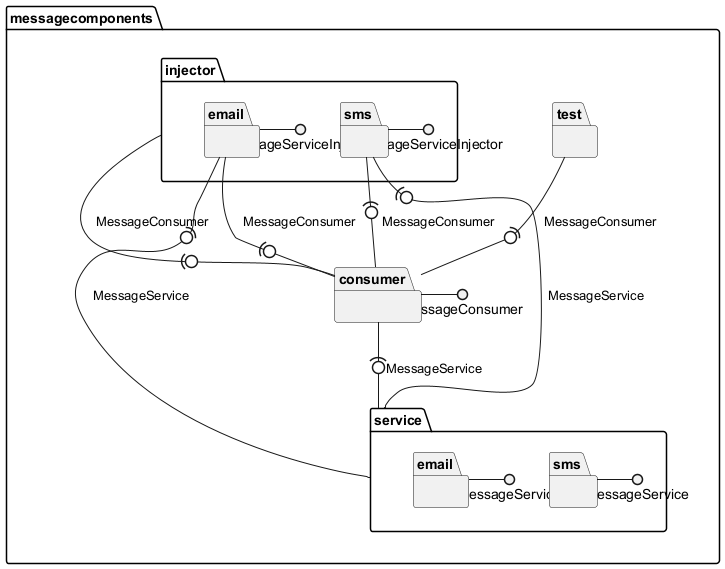
Antonia123456/ComponentDiagramGenerator keeps this PlantUML diagram as src/component_diagram.png. Above is the earlier version. Its diagram source:
```plantuml
@startuml
package messagecomponents {
package messagecomponents.injector {
package messagecomponents.injector.email {
}
package messagecomponents.injector.sms {
}
}
package messagecomponents.consumer {
}
package messagecomponents.test {
}
package messagecomponents.service {
package messagecomponents.service.email {
}
package messagecomponents.service.sms {
}
}
}
messagecomponents.consumer -() MessageConsumer
messagecomponents.service.sms -() MessageService
messagecomponents.service.email -() MessageService
messagecomponents.injector.email -() MessageServiceInjector
messagecomponents.injector.sms -() MessageServiceInjector
messagecomponents.test -(0- messagecomponents.consumer : "MessageConsumer"
messagecomponents.consumer -(0- messagecomponents.service : "MessageService"
messagecomponents.injector.email -(0- messagecomponents.consumer : "MessageConsumer"
messagecomponents.injector.email -(0- messagecomponents.service : "MessageService"
messagecomponents.injector -(0- messagecomponents.consumer : "MessageConsumer"
messagecomponents.injector.sms -(0- messagecomponents.consumer : "MessageConsumer"
messagecomponents.injector.sms -(0- messagecomponents.service : "MessageService"
@enduml
```
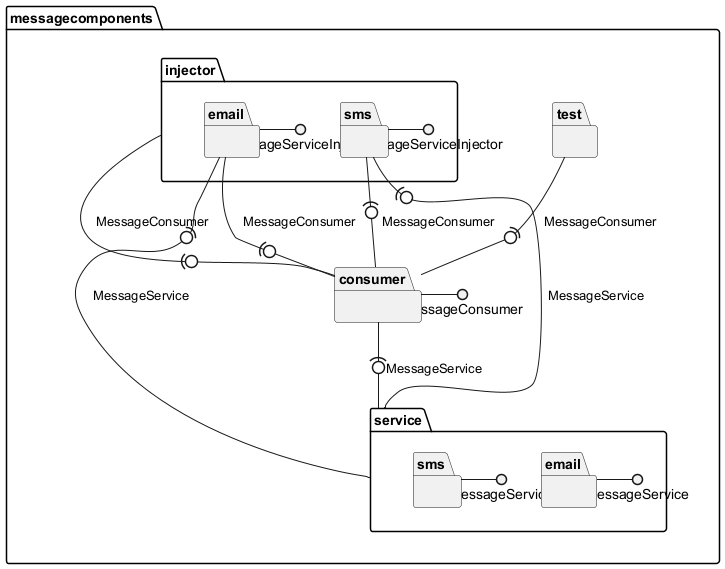
The same file after the commit.

The edit, as a diff of the source:
```diff
@@ -17,16 +17,16 @@
 }
 }
 }
+messagecomponents.service.email -() MessageService
+messagecomponents.injector.email -() MessageServiceInjector
 messagecomponents.consumer -() MessageConsumer
 messagecomponents.service.sms -() MessageService
-messagecomponents.service.email -() MessageService
-messagecomponents.injector.email -() MessageServiceInjector
 messagecomponents.injector.sms -() MessageServiceInjector
 messagecomponents.test -(0- messagecomponents.consumer : "MessageConsumer"
-messagecomponents.consumer -(0- messagecomponents.service : "MessageService"
+messagecomponents.injector -(0- messagecomponents.consumer : "MessageConsumer"
 messagecomponents.injector.email -(0- messagecomponents.consumer : "MessageConsumer"
 messagecomponents.injector.email -(0- messagecomponents.service : "MessageService"
-messagecomponents.injector -(0- messagecomponents.consumer : "MessageConsumer"
+messagecomponents.consumer -(0- messagecomponents.service : "MessageService"
 messagecomponents.injector.sms -(0- messagecomponents.consumer : "MessageConsumer"
 messagecomponents.injector.sms -(0- messagecomponents.service : "MessageService"
 @enduml
```
